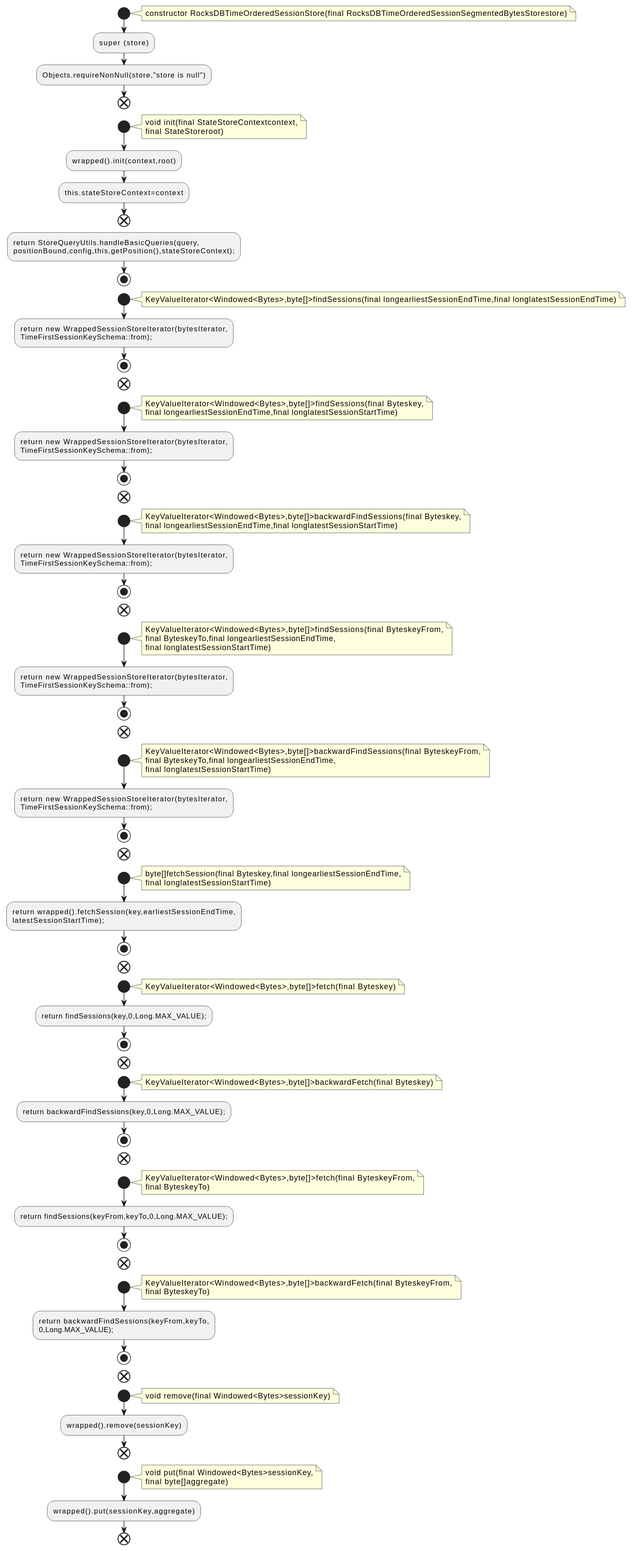
Above: docs/qc/streams/src/main/java/org/apache/kafka/streams/state/internals/RocksDBTimeOrderedSessionStore.java.fct.svg in qualitesys/kafka (PlantUML), before the change.
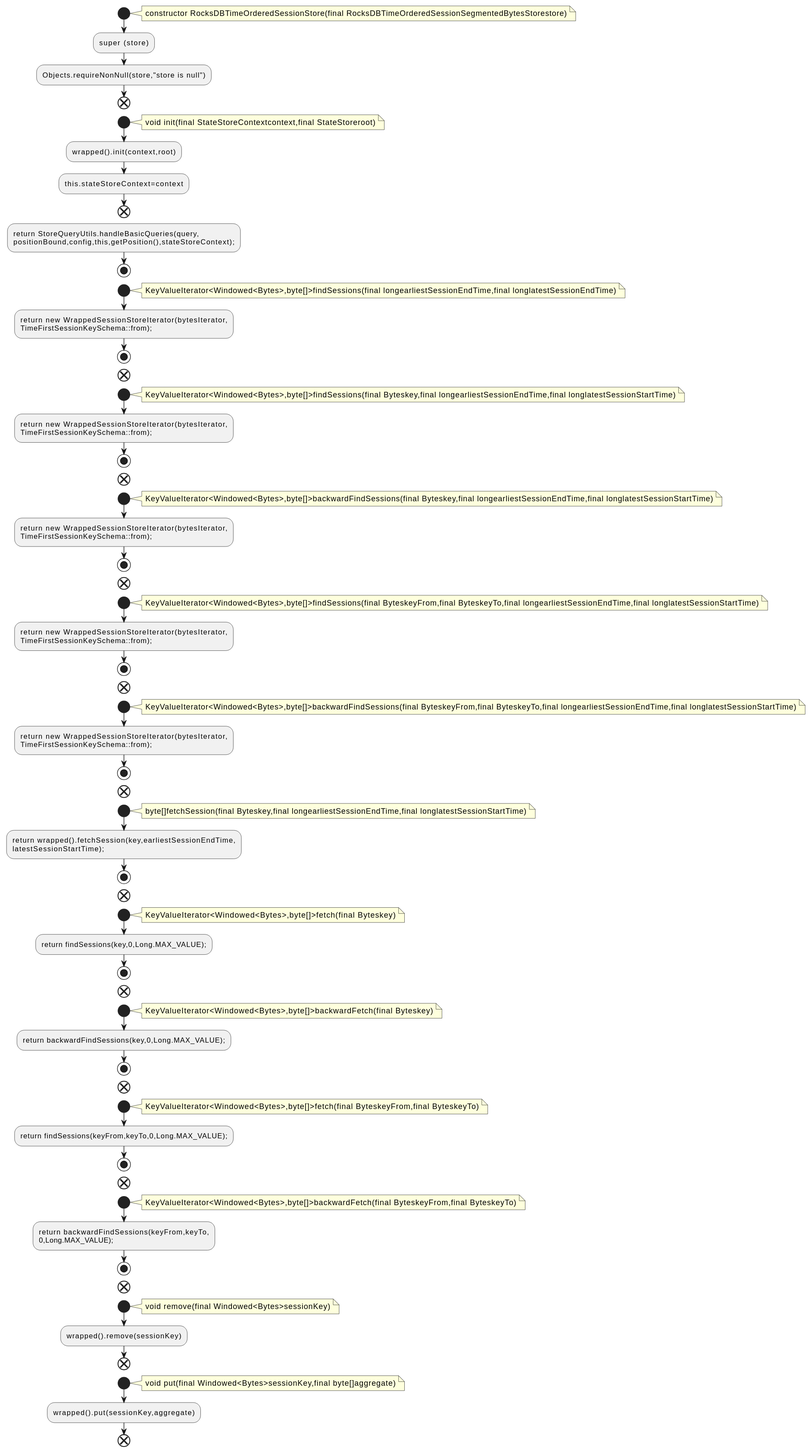
Above is the later version.

Diff of the diagram source:
```diff
@@ -9,8 +9,7 @@
 end
 start
 note right
-void init(final StateStoreContextcontext,
-final StateStoreroot)
+void init(final StateStoreContextcontext,final StateStoreroot)
 end note
 :wrapped().init(context,root);
 :this.stateStoreContext=context;
@@ -28,8 +27,7 @@
 end
 start
 note right
-KeyValueIterator<Windowed<Bytes>,byte[]>findSessions(final Byteskey,
-final longearliestSessionEndTime,final longlatestSessionStartTime)
+KeyValueIterator<Windowed<Bytes>,byte[]>findSessions(final Byteskey,final longearliestSessionEndTime,final longlatestSessionStartTime)
 end note
 :return new WrappedSessionStoreIterator(bytesIterator,
 TimeFirstSessionKeySchema::from);;
@@ -37,8 +35,7 @@
 end
 start
 note right
-KeyValueIterator<Windowed<Bytes>,byte[]>backwardFindSessions(final Byteskey,
-final longearliestSessionEndTime,final longlatestSessionStartTime)
+KeyValueIterator<Windowed<Bytes>,byte[]>backwardFindSessions(final Byteskey,final longearliestSessionEndTime,final longlatestSessionStartTime)
 end note
 :return new WrappedSessionStoreIterator(bytesIterator,
 TimeFirstSessionKeySchema::from);;
@@ -46,9 +43,7 @@
 end
 start
 note right
-KeyValueIterator<Windowed<Bytes>,byte[]>findSessions(final ByteskeyFrom,
-final ByteskeyTo,final longearliestSessionEndTime,
-final longlatestSessionStartTime)
+KeyValueIterator<Windowed<Bytes>,byte[]>findSessions(final ByteskeyFrom,final ByteskeyTo,final longearliestSessionEndTime,final longlatestSessionStartTime)
 end note
 :return new WrappedSessionStoreIterator(bytesIterator,
 TimeFirstSessionKeySchema::from);;
@@ -56,9 +51,7 @@
 end
 start
 note right
-KeyValueIterator<Windowed<Bytes>,byte[]>backwardFindSessions(final ByteskeyFrom,
-final ByteskeyTo,final longearliestSessionEndTime,
-final longlatestSessionStartTime)
+KeyValueIterator<Windowed<Bytes>,byte[]>backwardFindSessions(final ByteskeyFrom,final ByteskeyTo,final longearliestSessionEndTime,final longlatestSessionStartTime)
 end note
 :return new WrappedSessionStoreIterator(bytesIterator,
 TimeFirstSessionKeySchema::from);;
@@ -66,8 +59,7 @@
 end
 start
 note right
-byte[]fetchSession(final Byteskey,final longearliestSessionEndTime,
-final longlatestSessionStartTime)
+byte[]fetchSession(final Byteskey,final longearliestSessionEndTime,final longlatestSessionStartTime)
 end note
 :return wrapped().fetchSession(key,earliestSessionEndTime,
 latestSessionStartTime);;
@@ -89,16 +81,14 @@
 end
 start
 note right
-KeyValueIterator<Windowed<Bytes>,byte[]>fetch(final ByteskeyFrom,
-final ByteskeyTo)
+KeyValueIterator<Windowed<Bytes>,byte[]>fetch(final ByteskeyFrom,final ByteskeyTo)
 end note
 :return findSessions(keyFrom,keyTo,0,Long.MAX_VALUE);;
 stop
 end
 start
 note right
-KeyValueIterator<Windowed<Bytes>,byte[]>backwardFetch(final ByteskeyFrom,
-final ByteskeyTo)
+KeyValueIterator<Windowed<Bytes>,byte[]>backwardFetch(final ByteskeyFrom,final ByteskeyTo)
 end note
 :return backwardFindSessions(keyFrom,keyTo,
 0,Long.MAX_VALUE);;
@@ -112,8 +102,7 @@
 end
 start
 note right
-void put(final Windowed<Bytes>sessionKey,
-final byte[]aggregate)
+void put(final Windowed<Bytes>sessionKey,final byte[]aggregate)
 end note
 :wrapped().put(sessionKey,aggregate);
 end
```
